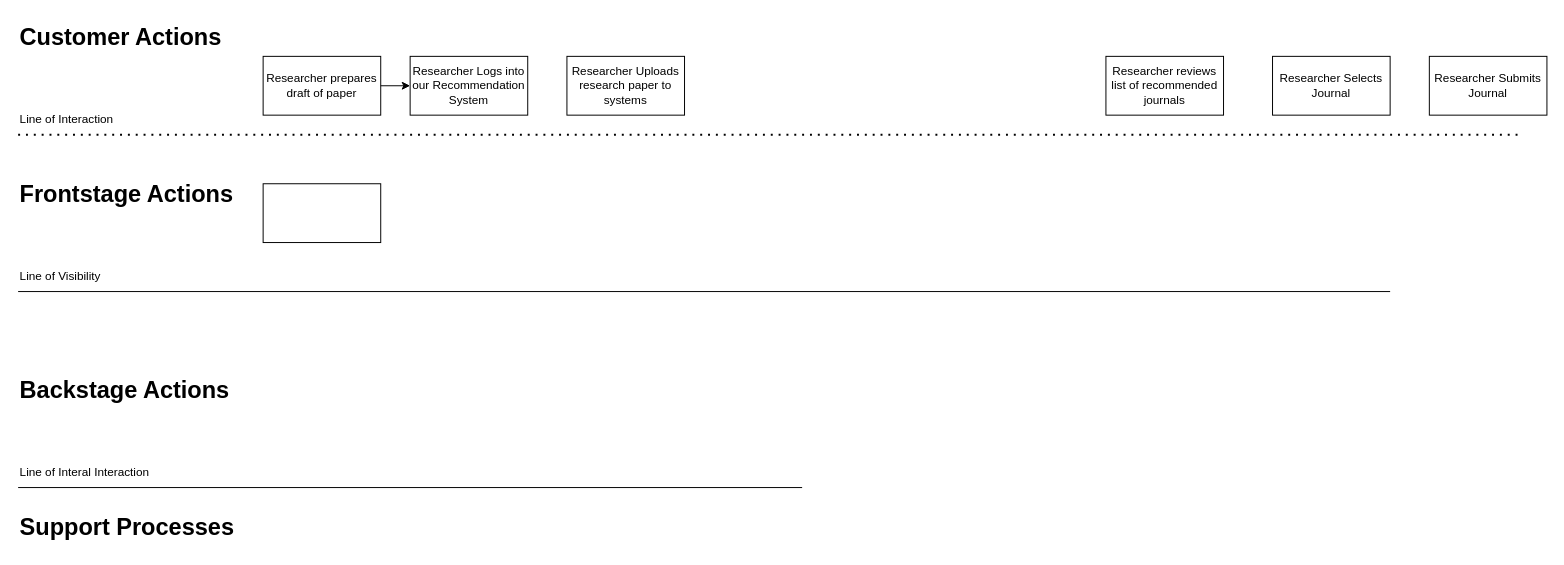
Above: Service.drawio in HB9398/PortfolioHB (draw.io), before the change. Source tidied: cells renumbered, new cells numbered last; positions are measured from the earlier drawing's top-left corner, leaving out a move shared by most shapes. Both pictures are drawn from the tidied source at 98%, with x=0, y=0 at pixel (18, 17).
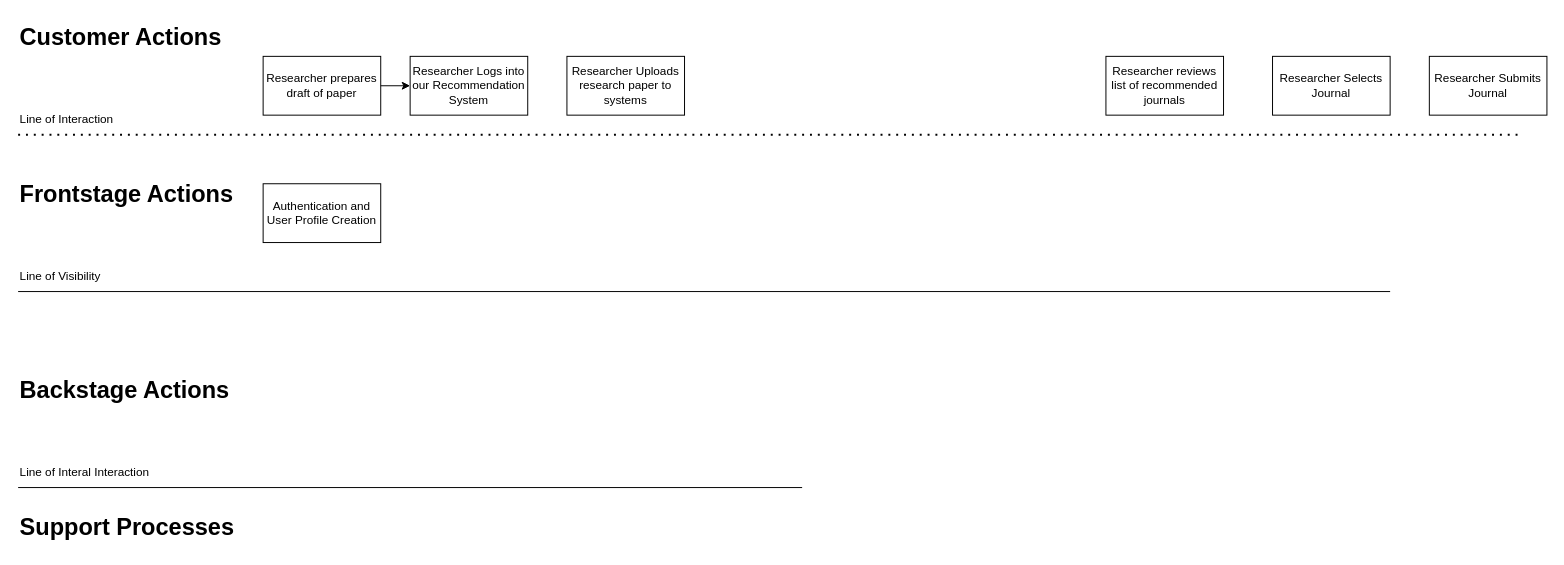
Above is the later version.

Change to the diagram source:
```diff
@@
-    <mxCell id="19" style="rounded=0;whiteSpace=wrap;html=1;" parent="1" vertex="1">
+    <mxCell id="19" value="Authentication and User Profile Creation" style="rounded=0;whiteSpace=wrap;html=1;" parent="1" vertex="1">
       <mxGeometry x="250" y="170" width="120" height="60" as="geometry" />
     </mxCell>
```
